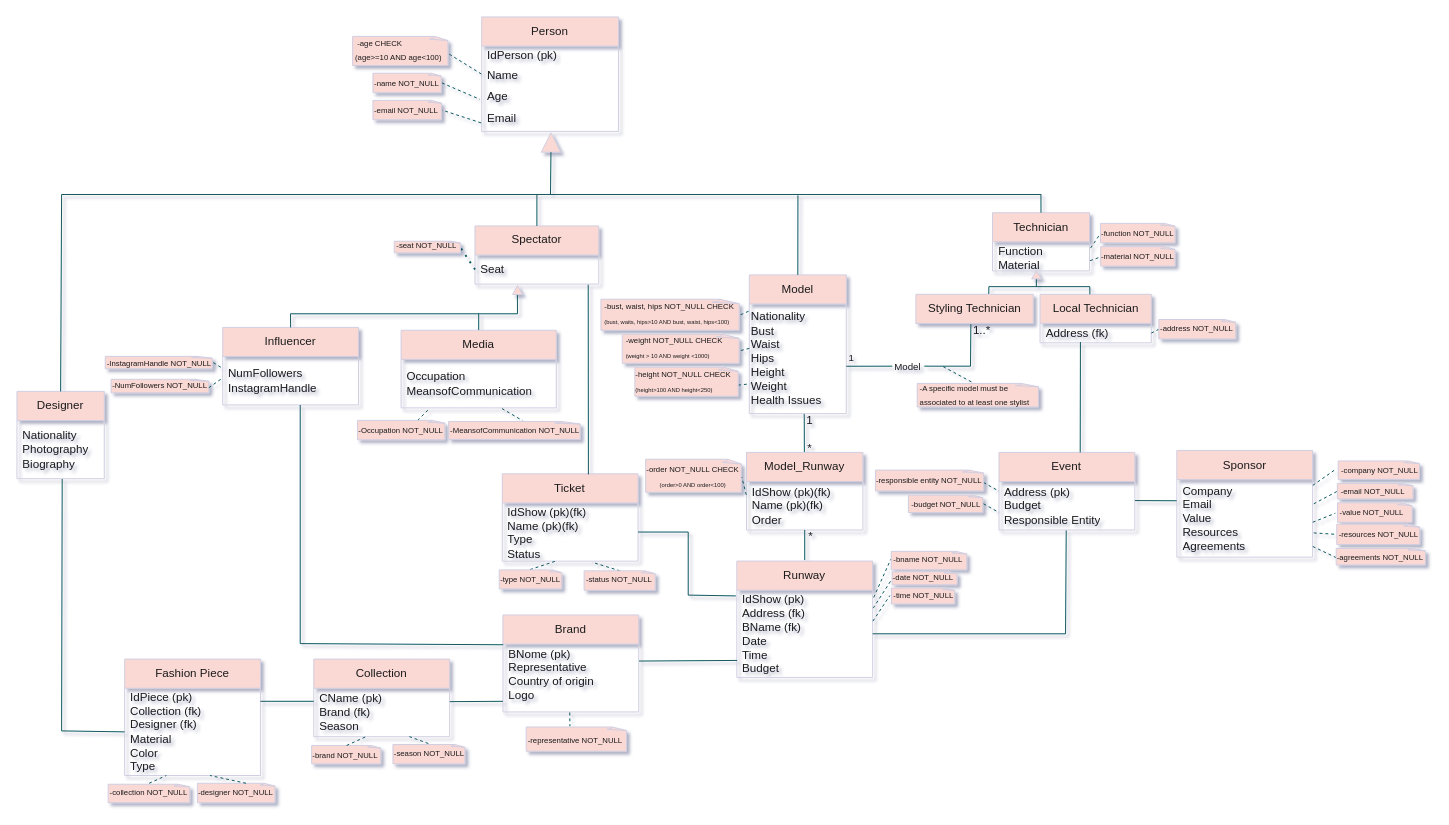
Above: UML_BD_NOVO.drawio in le0nor/BD2425-707 (draw.io), before the change. Source tidied: cells renumbered, new cells numbered last; positions are measured from the earlier drawing's top-left corner, leaving out a move shared by most shapes. Both pictures are drawn from the tidied source at 97%, with x=0, y=0 at pixel (16, 16).
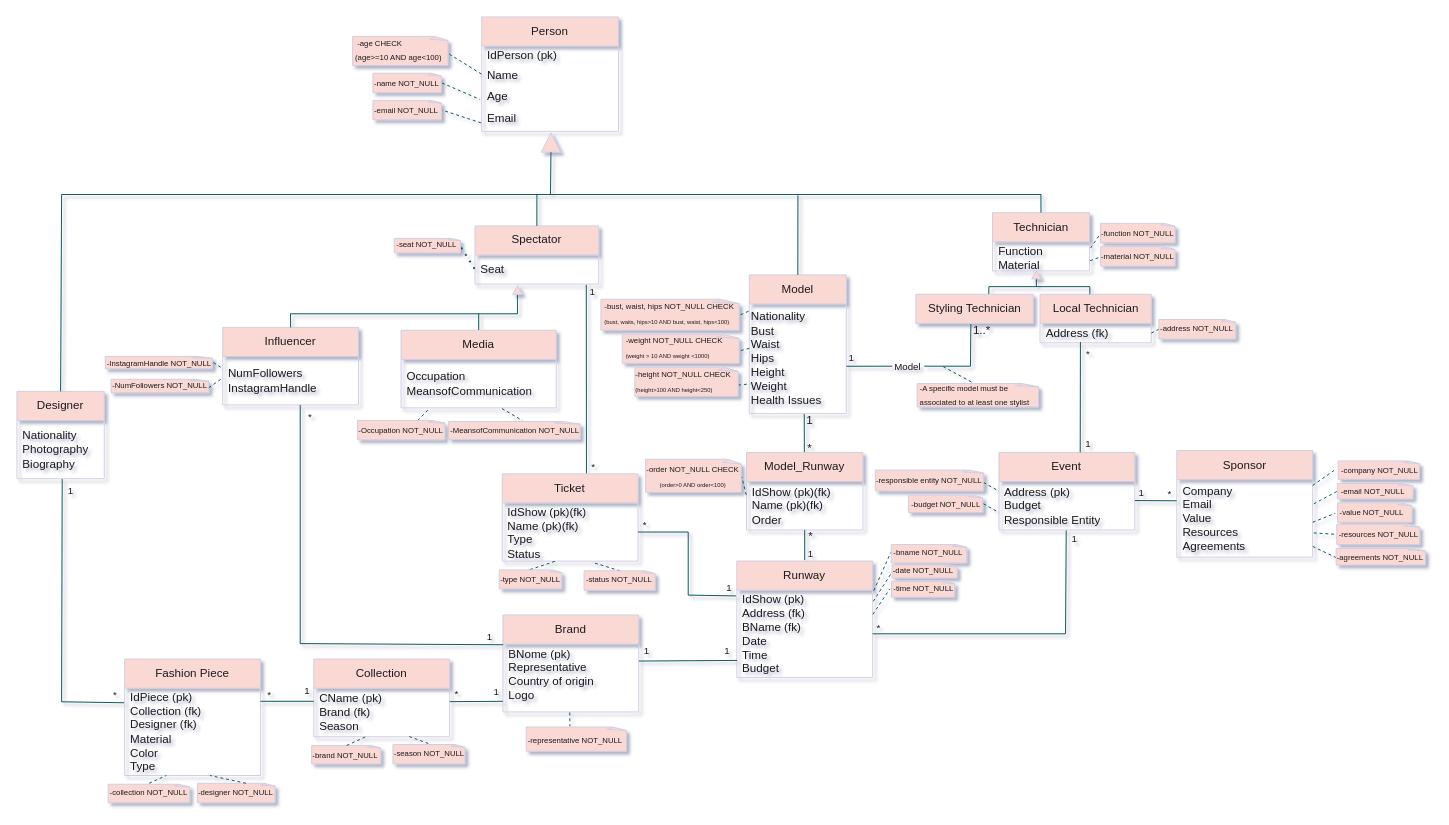
After the change.

Unchanged cells that the change refers to:
```xml
<mxCell id="34" value="&lt;div&gt;&lt;span style=&quot;background-color: initial;&quot;&gt;Nationality&lt;/span&gt;&lt;br&gt;&lt;/div&gt;&lt;div&gt;Photography&lt;/div&gt;&lt;div&gt;Biography&amp;nbsp;&lt;/div&gt;" style="text;strokeColor=none;fillColor=none;align=left;verticalAlign=middle;spacingLeft=4;spacingRight=4;overflow=hidden;points=[[0,0.5],[1,0.5]];portConstraint=eastwest;whiteSpace=wrap;html=1;labelBackgroundColor=none;rounded=0;fontColor=#1A1A1A;" parent="33" vertex="1">
  <mxGeometry y="30" width="90" height="60" as="geometry" />
</mxCell>
<mxCell id="51" value="&lt;div&gt;&lt;span style=&quot;background-color: initial;&quot;&gt;IdShow (pk&lt;/span&gt;&lt;span style=&quot;background-color: initial;&quot;&gt;)&lt;/span&gt;&lt;/div&gt;&lt;div&gt;&lt;span style=&quot;background-color: initial;&quot;&gt;Address (fk)&lt;/span&gt;&lt;/div&gt;&lt;div&gt;&lt;span style=&quot;background-color: initial;&quot;&gt;BName (fk)&lt;/span&gt;&lt;/div&gt;Date&amp;nbsp;&lt;div&gt;Time&lt;/div&gt;&lt;div&gt;Budget&lt;/div&gt;" style="text;strokeColor=none;fillColor=none;align=left;verticalAlign=middle;spacingLeft=4;spacingRight=4;overflow=hidden;points=[[0,0.5],[1,0.5]];portConstraint=eastwest;whiteSpace=wrap;html=1;labelBackgroundColor=none;rounded=0;fontColor=#1A1A1A;" parent="50" vertex="1">
  <mxGeometry y="30" width="140" height="90" as="geometry" />
</mxCell>
<mxCell id="65" value="&lt;div style=&quot;text-align: left;&quot;&gt;&lt;font style=&quot;font-size: 8px;&quot;&gt;-date NOT_NULL&lt;/font&gt;&lt;br&gt;&lt;/div&gt;" style="text;html=1;align=center;verticalAlign=middle;whiteSpace=wrap;rounded=0;labelBackgroundColor=none;fontColor=#1A1A1A;" parent="63" vertex="1">
  <mxGeometry x="1.9" width="64.9" height="13.5" as="geometry" />
</mxCell>
<mxCell id="68" value="&lt;div&gt;&lt;div&gt;&lt;font style=&quot;font-size: 8px;&quot;&gt;-time NOT_NULL&lt;/font&gt;&lt;/div&gt;&lt;/div&gt;" style="text;html=1;align=left;verticalAlign=middle;whiteSpace=wrap;rounded=0;labelBackgroundColor=none;fontColor=#1A1A1A;" parent="66" vertex="1">
  <mxGeometry x="-0.1" width="67.5" height="16.3" as="geometry" />
</mxCell>
<mxCell id="145" value="IdPiece (pk)&lt;div&gt;Collection (fk)&lt;/div&gt;&lt;div&gt;Designer (fk)&lt;br&gt;&lt;div&gt;Material&amp;nbsp;&lt;/div&gt;&lt;div&gt;Color&lt;/div&gt;&lt;div&gt;Type&lt;/div&gt;&lt;/div&gt;" style="text;strokeColor=none;fillColor=none;align=left;verticalAlign=middle;spacingLeft=4;spacingRight=4;overflow=hidden;points=[[0,0.5],[1,0.5]];portConstraint=eastwest;whiteSpace=wrap;html=1;labelBackgroundColor=none;rounded=0;fontColor=#1A1A1A;" parent="144" vertex="1">
  <mxGeometry y="30" width="140" height="90" as="geometry" />
</mxCell>
```

Change to the diagram source:
```diff
@@
+    <mxCell id="180" style="endArrow=none;html=1;rounded=0;fontColor=default;exitX=0;exitY=0.5;exitDx=0;exitDy=0;entryX=0.518;entryY=1.003;entryDx=0;entryDy=0;entryPerimeter=0;labelBackgroundColor=none;strokeColor=#09555B;" parent="1" edge="1" target="34">
+      <mxGeometry relative="1" as="geometry">
+        <mxPoint x="111" y="707" as="sourcePoint" />
+        <Array as="points">
+          <mxPoint x="46" y="706" />
+        </Array>
+      </mxGeometry>
+    </mxCell>
+    <mxCell id="139" style="endArrow=none;html=1;rounded=0;fontColor=default;entryX=0.484;entryY=1.054;entryDx=0;entryDy=0;entryPerimeter=0;exitX=0.706;exitY=0.007;exitDx=0;exitDy=0;exitPerimeter=0;labelBackgroundColor=none;strokeColor=#09555B;" parent="1" edge="1">
+      <mxGeometry relative="1" as="geometry">
+        <mxPoint x="587.1" y="471.6" as="sourcePoint" />
+        <mxPoint x="586.9" y="276" as="targetPoint" />
+      </mxGeometry>
+    </mxCell>
-    <mxCell id="2" style="endArrow=none;dashed=1;html=1;rounded=0;fontColor=default;exitX=1.004;exitY=0.207;exitDx=0;exitDy=0;exitPerimeter=0;entryX=0.014;entryY=0.629;entryDx=0;entryDy=0;entryPerimeter=0;labelBackgroundColor=none;strokeColor=#09555B;" parent="1" edge="1" source="51" target="65">
-      <mxGeometry relative="1" as="geometry" />
+    <mxCell id="2" style="endArrow=none;dashed=1;html=1;rounded=0;fontColor=default;exitX=1.004;exitY=0.207;exitDx=0;exitDy=0;exitPerimeter=0;entryX=0.014;entryY=0.629;entryDx=0;entryDy=0;entryPerimeter=0;labelBackgroundColor=none;strokeColor=#09555B;" parent="1" edge="1" target="65">
+      <mxGeometry relative="1" as="geometry">
+        <mxPoint x="882.7" y="602.5" as="sourcePoint" />
+      </mxGeometry>
     </mxCell>
@@
     <mxCell id="61" style="whiteSpace=wrap;html=1;shape=mxgraph.basic.document;labelBackgroundColor=none;rounded=0;fillColor=#FAD9D5;strokeColor=#D0CEE2;fontColor=#1A1A1A;" parent="1" vertex="1">
-      <mxGeometry x="901.3" y="550.9" width="78.7" height="19" as="geometry" />
+      <mxGeometry x="901.3" y="543.9" width="78.7" height="19" as="geometry" />
     </mxCell>
     <mxCell id="62" value="&lt;span style=&quot;&quot;&gt;&lt;font style=&quot;font-size: 8px;&quot;&gt;-bname NOT_NULL&lt;/font&gt;&lt;/span&gt;" style="text;html=1;align=left;verticalAlign=middle;whiteSpace=wrap;rounded=0;labelBackgroundColor=none;fontColor=#1A1A1A;" parent="1" vertex="1">
-      <mxGeometry x="902.4" y="548.9" width="76.6" height="19" as="geometry" />
+      <mxGeometry x="902.4" y="541.9" width="76.6" height="19" as="geometry" />
     </mxCell>
     <mxCell id="63" style="group;labelBackgroundColor=none;fontColor=#1A1A1A;rounded=0;" parent="1" vertex="1">
-      <mxGeometry x="899.9" y="569.9" width="73.1" height="15.5" as="geometry" />
+      <mxGeometry x="899.9" y="562.9" width="73.1" height="15.5" as="geometry" />
     </mxCell>
@@
     <mxCell id="66" style="group;labelBackgroundColor=none;fontColor=#1A1A1A;rounded=0;" parent="1" vertex="1">
-      <mxGeometry x="901.6" y="586.9" width="68.4" height="18.1" as="geometry" />
+      <mxGeometry x="901.6" y="579.9" width="68.4" height="18.1" as="geometry" />
     </mxCell>
@@
     <mxCell id="124" style="group;labelBackgroundColor=none;fontColor=#1A1A1A;rounded=0;" parent="1" vertex="1">
-      <mxGeometry x="389" y="231" width="68.8" height="12.2" as="geometry" />
+      <mxGeometry x="389" y="228" width="68.8" height="15.2" as="geometry" />
     </mxCell>
     <mxCell id="125" style="whiteSpace=wrap;html=1;shape=mxgraph.basic.document;labelBackgroundColor=none;rounded=0;fillColor=#FAD9D5;strokeColor=#D0CEE2;fontColor=#1A1A1A;" parent="124" vertex="1">
-      <mxGeometry y="0.2" width="68.8" height="12" as="geometry" />
+      <mxGeometry y="0.3" width="68.8" height="14.9" as="geometry" />
     </mxCell>
     <mxCell id="126" value="&lt;div style=&quot;text-align: left;&quot;&gt;&lt;font style=&quot;font-size: 8px;&quot;&gt;-seat NOT_NULL&lt;/font&gt;&lt;br&gt;&lt;/div&gt;" style="text;html=1;align=center;verticalAlign=middle;whiteSpace=wrap;rounded=0;labelBackgroundColor=none;fontColor=#1A1A1A;" parent="124" vertex="1">
-      <mxGeometry x="-1.2" width="69" height="7.5" as="geometry" />
+      <mxGeometry x="-1.2" y="1" width="69" height="9.3" as="geometry" />
     </mxCell>
@@
-    <mxCell id="137" style="endArrow=none;dashed=1;html=1;rounded=0;fontColor=default;exitX=1.008;exitY=0.084;exitDx=0;exitDy=0;exitPerimeter=0;entryX=-0.021;entryY=0.54;entryDx=0;entryDy=0;entryPerimeter=0;labelBackgroundColor=none;strokeColor=#09555B;" parent="1" edge="1" source="51" target="62">
-      <mxGeometry relative="1" as="geometry" />
+    <mxCell id="137" style="endArrow=none;dashed=1;html=1;rounded=0;fontColor=default;exitX=1.008;exitY=0.084;exitDx=0;exitDy=0;exitPerimeter=0;entryX=-0.021;entryY=0.54;entryDx=0;entryDy=0;entryPerimeter=0;labelBackgroundColor=none;strokeColor=#09555B;" parent="1" edge="1" target="62">
+      <mxGeometry relative="1" as="geometry">
+        <mxPoint x="883.3" y="591.4" as="sourcePoint" />
+      </mxGeometry>
     </mxCell>
-    <mxCell id="138" style="endArrow=none;dashed=1;html=1;rounded=0;fontColor=default;exitX=1.002;exitY=0.355;exitDx=0;exitDy=0;exitPerimeter=0;entryX=-0.023;entryY=0.585;entryDx=0;entryDy=0;entryPerimeter=0;labelBackgroundColor=none;strokeColor=#09555B;" parent="1" edge="1" source="51" target="68">
-      <mxGeometry relative="1" as="geometry" />
+    <mxCell id="138" style="endArrow=none;dashed=1;html=1;rounded=0;fontColor=default;exitX=1.002;exitY=0.355;exitDx=0;exitDy=0;exitPerimeter=0;entryX=-0.023;entryY=0.585;entryDx=0;entryDy=0;entryPerimeter=0;labelBackgroundColor=none;strokeColor=#09555B;" parent="1" edge="1" target="68">
+      <mxGeometry relative="1" as="geometry">
+        <mxPoint x="882.4" y="615.8" as="sourcePoint" />
+      </mxGeometry>
     </mxCell>
-    <mxCell id="139" style="endArrow=none;html=1;rounded=0;fontColor=default;entryX=0.484;entryY=1.054;entryDx=0;entryDy=0;entryPerimeter=0;exitX=0.706;exitY=0.007;exitDx=0;exitDy=0;exitPerimeter=0;labelBackgroundColor=none;strokeColor=#09555B;" parent="1" edge="1">
-      <mxGeometry relative="1" as="geometry">
-        <mxPoint x="589.1" y="471.6" as="sourcePoint" />
-        <mxPoint x="588.9" y="276" as="targetPoint" />
-      </mxGeometry>
-    </mxCell>
@@
-    <mxCell id="180" style="endArrow=none;html=1;rounded=0;fontColor=default;exitX=0;exitY=0.5;exitDx=0;exitDy=0;entryX=0.518;entryY=1.006;entryDx=0;entryDy=0;entryPerimeter=0;labelBackgroundColor=none;strokeColor=#09555B;" parent="1" edge="1" source="145" target="34">
-      <mxGeometry relative="1" as="geometry">
-        <Array as="points">
-          <mxPoint x="46" y="736" />
-        </Array>
-      </mxGeometry>
-    </mxCell>
@@
+    <mxCell id="198" value="&lt;font style=&quot;font-size: 10px;&quot;&gt;*&lt;/font&gt;" style="text;html=1;align=center;verticalAlign=middle;strokeColor=none;fillColor=none;labelBackgroundColor=none;fontColor=#1A1A1A;rounded=0;" parent="1" vertex="1">
+      <mxGeometry x="1093" y="334" width="22" height="26" as="geometry" />
+    </mxCell>
+    <mxCell id="199" value="&lt;font style=&quot;font-size: 10px;&quot;&gt;1&lt;/font&gt;" style="text;html=1;align=center;verticalAlign=middle;strokeColor=none;fillColor=none;labelBackgroundColor=none;fontColor=#1A1A1A;rounded=0;" parent="1" vertex="1">
+      <mxGeometry x="1092" y="427" width="24" height="26" as="geometry" />
+    </mxCell>
+    <mxCell id="200" value="&lt;font style=&quot;font-size: 10px;&quot;&gt;*&lt;/font&gt;" style="text;html=1;align=center;verticalAlign=middle;strokeColor=none;fillColor=none;labelBackgroundColor=none;fontColor=#1A1A1A;rounded=0;" parent="1" vertex="1">
+      <mxGeometry x="1177" y="478.1" width="22" height="26" as="geometry" />
+    </mxCell>
+    <mxCell id="201" value="&lt;font style=&quot;font-size: 10px;&quot;&gt;1&lt;/font&gt;" style="text;html=1;align=center;verticalAlign=middle;strokeColor=none;fillColor=none;labelBackgroundColor=none;fontColor=#1A1A1A;rounded=0;" parent="1" vertex="1">
+      <mxGeometry x="1147" y="477.1" width="24" height="26" as="geometry" />
+    </mxCell>
+    <mxCell id="202" value="&lt;font style=&quot;font-size: 10px;&quot;&gt;*&lt;/font&gt;" style="text;html=1;align=center;verticalAlign=middle;strokeColor=none;fillColor=none;labelBackgroundColor=none;fontColor=#1A1A1A;rounded=0;" parent="1" vertex="1">
+      <mxGeometry x="877" y="616.5" width="22" height="26" as="geometry" />
+    </mxCell>
+    <mxCell id="203" value="&lt;font style=&quot;font-size: 10px;&quot;&gt;1&lt;/font&gt;" style="text;html=1;align=center;verticalAlign=middle;strokeColor=none;fillColor=none;labelBackgroundColor=none;fontColor=#1A1A1A;rounded=0;" parent="1" vertex="1">
+      <mxGeometry x="1078" y="524.5" width="24" height="26" as="geometry" />
+    </mxCell>
+    <mxCell id="204" value="&lt;font style=&quot;font-size: 10px;&quot;&gt;1&lt;/font&gt;" style="text;html=1;align=center;verticalAlign=middle;strokeColor=none;fillColor=none;labelBackgroundColor=none;fontColor=#1A1A1A;rounded=0;" parent="1" vertex="1">
+      <mxGeometry x="806" y="539.9" width="24" height="26" as="geometry" />
+    </mxCell>
+    <mxCell id="205" value="&lt;font style=&quot;font-size: 10px;&quot;&gt;1&lt;/font&gt;" style="text;html=1;align=center;verticalAlign=middle;strokeColor=none;fillColor=none;labelBackgroundColor=none;fontColor=#1A1A1A;rounded=0;" parent="1" vertex="1">
+      <mxGeometry x="722" y="574.9" width="24" height="26" as="geometry" />
+    </mxCell>
+    <mxCell id="206" value="&lt;font style=&quot;font-size: 10px;&quot;&gt;*&lt;/font&gt;" style="text;html=1;align=center;verticalAlign=middle;strokeColor=none;fillColor=none;labelBackgroundColor=none;fontColor=#1A1A1A;rounded=0;" parent="1" vertex="1">
+      <mxGeometry x="636" y="509.9" width="22" height="26" as="geometry" />
+    </mxCell>
+    <mxCell id="207" value="&lt;font style=&quot;font-size: 10px;&quot;&gt;1&lt;/font&gt;" style="text;html=1;align=center;verticalAlign=middle;strokeColor=none;fillColor=none;labelBackgroundColor=none;fontColor=#1A1A1A;rounded=0;" parent="1" vertex="1">
+      <mxGeometry x="637" y="640" width="24" height="26" as="geometry" />
+    </mxCell>
+    <mxCell id="208" value="&lt;font style=&quot;font-size: 10px;&quot;&gt;1&lt;/font&gt;" style="text;html=1;align=center;verticalAlign=middle;strokeColor=none;fillColor=none;labelBackgroundColor=none;fontColor=#1A1A1A;rounded=0;" parent="1" vertex="1">
+      <mxGeometry x="720" y="640" width="24" height="26" as="geometry" />
+    </mxCell>
+    <mxCell id="209" value="&lt;font style=&quot;font-size: 10px;&quot;&gt;1&lt;/font&gt;" style="text;html=1;align=center;verticalAlign=middle;strokeColor=none;fillColor=none;labelBackgroundColor=none;fontColor=#1A1A1A;rounded=0;" parent="1" vertex="1">
+      <mxGeometry x="481.6" y="682" width="24" height="26" as="geometry" />
+    </mxCell>
+    <mxCell id="210" value="&lt;font style=&quot;font-size: 10px;&quot;&gt;*&lt;/font&gt;" style="text;html=1;align=center;verticalAlign=middle;strokeColor=none;fillColor=none;labelBackgroundColor=none;fontColor=#1A1A1A;rounded=0;" parent="1" vertex="1">
+      <mxGeometry x="441.6" y="685" width="22" height="26" as="geometry" />
+    </mxCell>
+    <mxCell id="211" value="&lt;font style=&quot;font-size: 10px;&quot;&gt;1&lt;/font&gt;" style="text;html=1;align=center;verticalAlign=middle;strokeColor=none;fillColor=none;labelBackgroundColor=none;fontColor=#1A1A1A;rounded=0;" parent="1" vertex="1">
+      <mxGeometry x="287" y="681" width="24" height="26" as="geometry" />
+    </mxCell>
+    <mxCell id="212" value="&lt;font style=&quot;font-size: 10px;&quot;&gt;*&lt;/font&gt;" style="text;html=1;align=center;verticalAlign=middle;strokeColor=none;fillColor=none;labelBackgroundColor=none;fontColor=#1A1A1A;rounded=0;" parent="1" vertex="1">
+      <mxGeometry x="249" y="686" width="22" height="26" as="geometry" />
+    </mxCell>
+    <mxCell id="213" value="&lt;font style=&quot;font-size: 10px;&quot;&gt;*&lt;/font&gt;" style="text;html=1;align=center;verticalAlign=middle;strokeColor=none;fillColor=none;labelBackgroundColor=none;fontColor=#1A1A1A;rounded=0;" parent="1" vertex="1">
+      <mxGeometry x="90" y="686" width="22" height="26" as="geometry" />
+    </mxCell>
+    <mxCell id="214" value="&lt;font style=&quot;font-size: 10px;&quot;&gt;1&lt;/font&gt;" style="text;html=1;align=center;verticalAlign=middle;strokeColor=none;fillColor=none;labelBackgroundColor=none;fontColor=#1A1A1A;rounded=0;" parent="1" vertex="1">
+      <mxGeometry x="43" y="474.6" width="24" height="26" as="geometry" />
+    </mxCell>
+    <mxCell id="215" value="&lt;font style=&quot;font-size: 10px;&quot;&gt;*&lt;/font&gt;" style="text;html=1;align=center;verticalAlign=middle;strokeColor=none;fillColor=none;labelBackgroundColor=none;fontColor=#1A1A1A;rounded=0;" parent="1" vertex="1">
+      <mxGeometry x="291" y="399" width="22" height="26" as="geometry" />
+    </mxCell>
+    <mxCell id="216" value="&lt;font style=&quot;font-size: 10px;&quot;&gt;1&lt;/font&gt;" style="text;html=1;align=center;verticalAlign=middle;strokeColor=none;fillColor=none;labelBackgroundColor=none;fontColor=#1A1A1A;rounded=0;" parent="1" vertex="1">
+      <mxGeometry x="474.6" y="626" width="24" height="26" as="geometry" />
+    </mxCell>
+    <mxCell id="217" value="&lt;font style=&quot;font-size: 10px;&quot;&gt;1&lt;/font&gt;" style="text;html=1;align=center;verticalAlign=middle;strokeColor=none;fillColor=none;labelBackgroundColor=none;fontColor=#1A1A1A;rounded=0;" parent="1" vertex="1">
+      <mxGeometry x="580.6" y="270" width="24" height="26" as="geometry" />
+    </mxCell>
+    <mxCell id="218" value="&lt;span style=&quot;font-size: 10px;&quot;&gt;*&lt;/span&gt;" style="text;html=1;align=center;verticalAlign=middle;strokeColor=none;fillColor=none;labelBackgroundColor=none;fontColor=#1A1A1A;rounded=0;" parent="1" vertex="1">
+      <mxGeometry x="582.6" y="451" width="22" height="26" as="geometry" />
+    </mxCell>
```
